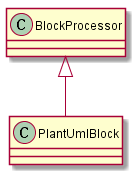
jifffffy/jiffy keeps this PlantUML diagram as assets/images/sample-plantuml-diagram.png. Above is the earlier version. The source it was exported from:
```plantuml
@startuml
class BlockProcessor
class PlantUmlBlock
BlockProcessor <|-- PlantUmlBlock
@enduml
```
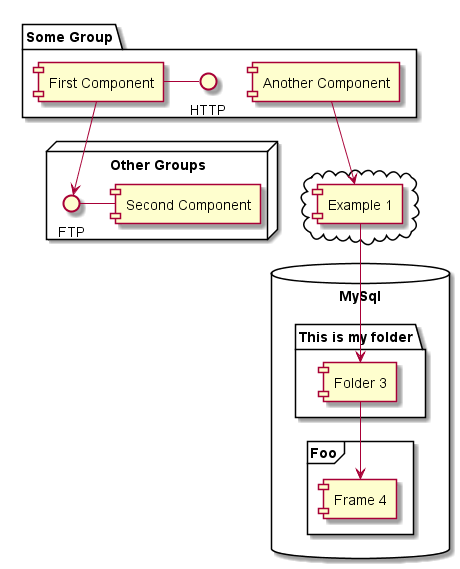
After the change.

Change to the diagram source:
```diff
@@ -1,5 +1,30 @@
 @startuml
-class BlockProcessor
-class PlantUmlBlock
-BlockProcessor <|-- PlantUmlBlock
+package "Some Group" {
+  HTTP - [First Component]
+  [Another Component]
+}
+
+node "Other Groups" {
+  FTP - [Second Component]
+  [First Component] --> FTP
+}
+
+cloud {
+  [Example 1]
+}
+
+
+database "MySql" {
+  folder "This is my folder" {
+	[Folder 3]
+  }
+  frame "Foo" {
+	[Frame 4]
+  }
+}
+
+
+[Another Component] --> [Example 1]
+[Example 1] --> [Folder 3]
+[Folder 3] --> [Frame 4]
 @enduml
```
